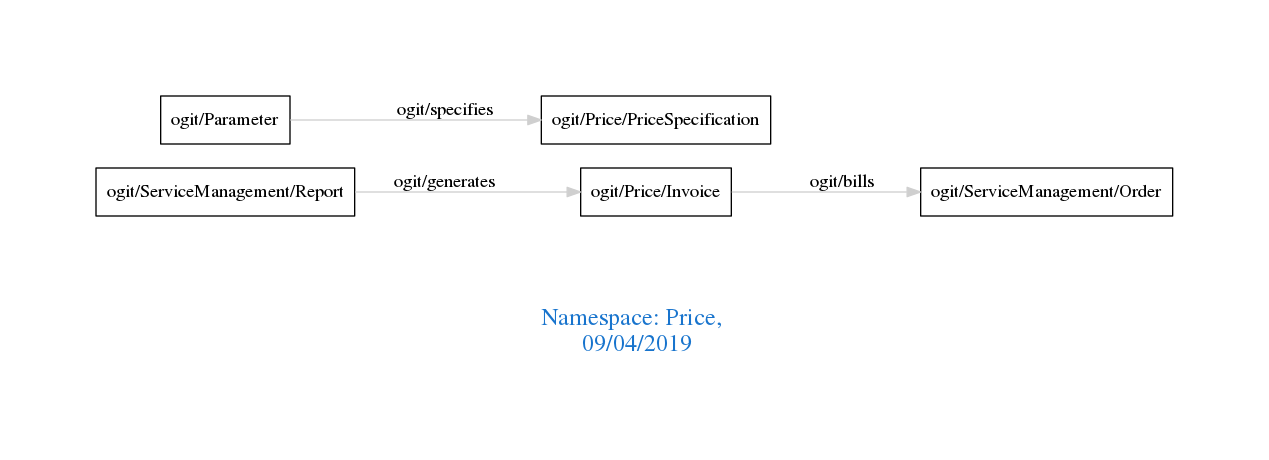
Above: downloads/Price.png in arago/OGIT (Graphviz), before the change. Its source is kept beside it as downloads/Price.dot.
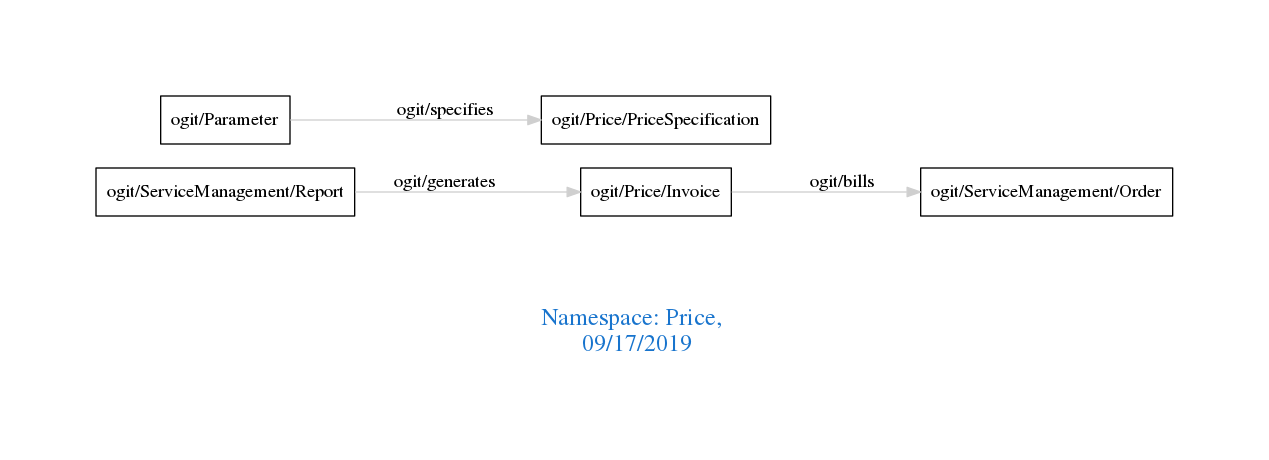
Later version of the same file.

Change to the diagram source:
```diff
@@ -1,7 +1,7 @@
 digraph OGIT_ontology {
  graph [ rankdir= LR,pad=1
 fontsize = 18,
-fontcolor= dodgerblue3,label = "\n\n\nNamespace: Price, \n 09/04/2019"];
+fontcolor= dodgerblue3,label = "\n\n\nNamespace: Price, \n 09/17/2019"];
 node[shape=polygon];
 edge [  color="gray81"];
 
```
